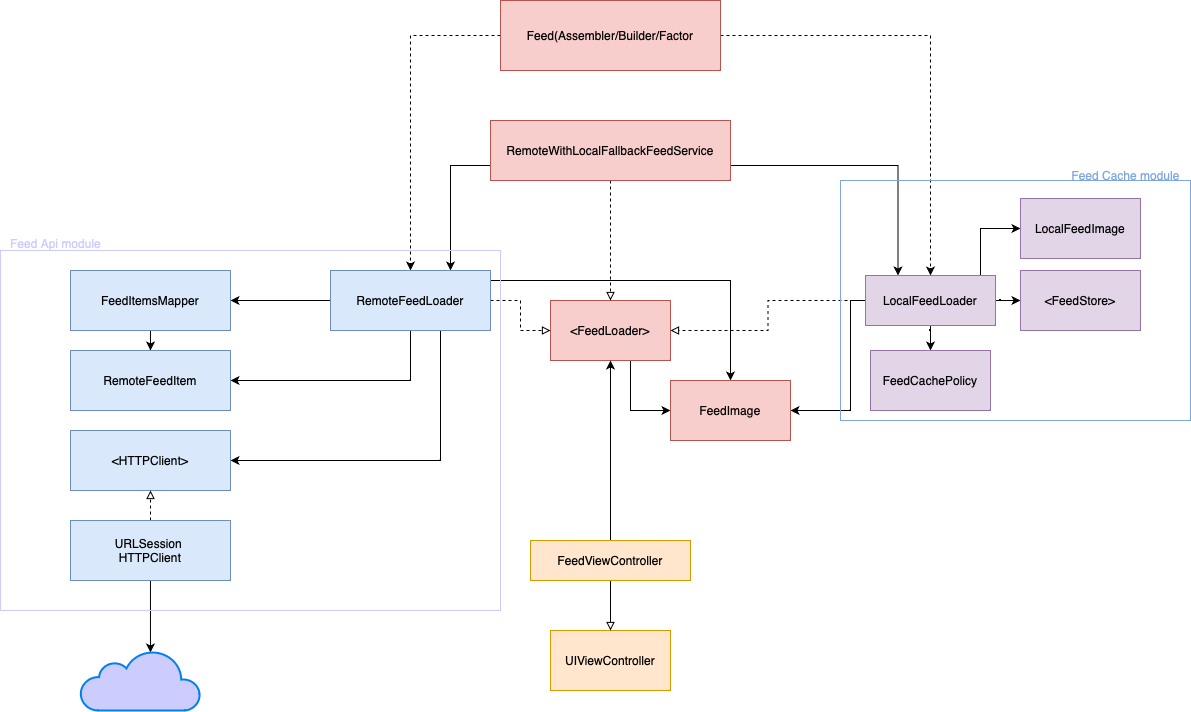
Galih94/EssentialFeed keeps this draw.io diagram as Diagrams/Feed Module Diagram.drawio.png. Above is the earlier version. Source tidied: cells renumbered, new cells last; positions are measured from the earlier drawing's top-left corner, leaving out a move shared by most shapes.
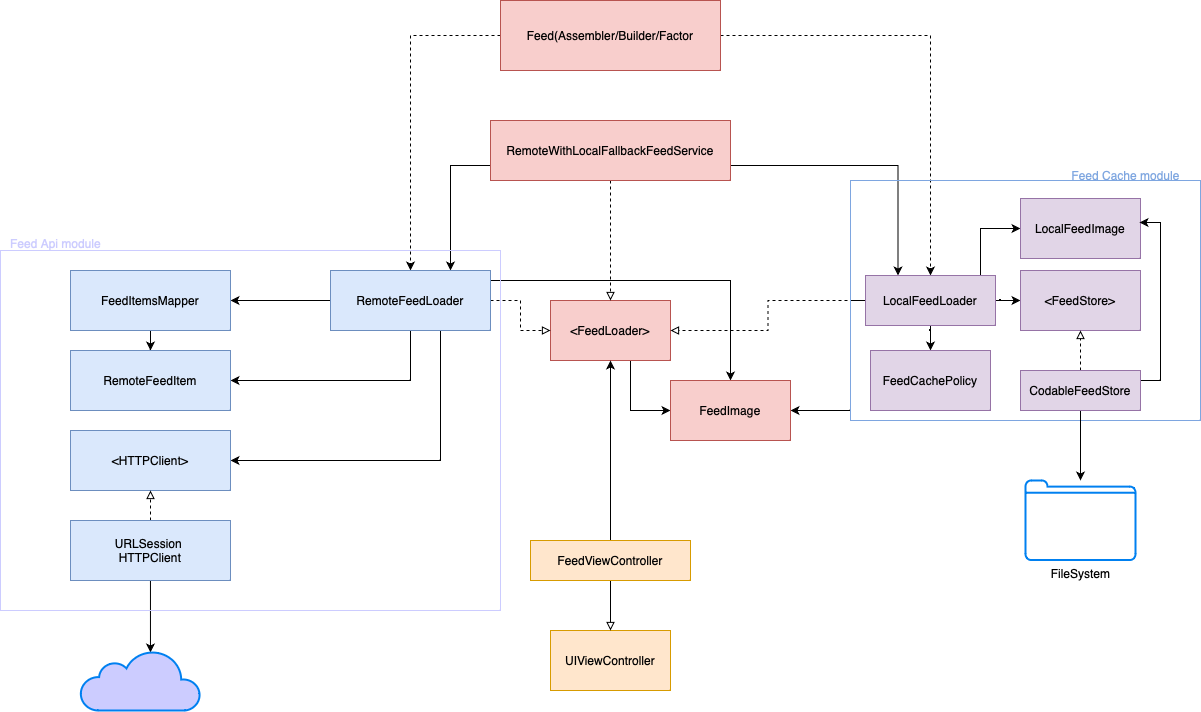
The same diagram one commit later.

Commit message:
feat(Diagrams): update diagram add CodableFeedStore on FeedCacheModule

What changed in the source:
```diff
@@ -137,7 +137,7 @@
       <mxGeometry x="1020" y="270" width="120" height="60" as="geometry" />
     </mxCell>
     <mxCell id="37" style="rounded=0;whiteSpace=wrap;html=1;fillColor=none;strokeColor=#7EA6E0;" parent="1" vertex="1">
-      <mxGeometry x="840" y="180" width="350" height="240" as="geometry" />
+      <mxGeometry x="850" y="180" width="350" height="240" as="geometry" />
     </mxCell>
     <mxCell id="38" value="&lt;font&gt;Feed Cache module&lt;/font&gt;" style="text;html=1;align=center;verticalAlign=middle;strokeColor=none;fillColor=none;fontColor=#7EA6E0;" parent="1" vertex="1">
       <mxGeometry x="1060" y="160" width="130" height="30" as="geometry" />
@@ -154,5 +154,25 @@
     <mxCell id="42" value="FeedCachePolicy" style="rounded=0;whiteSpace=wrap;html=1;fillColor=#e1d5e7;strokeColor=#9673a6;" parent="1" vertex="1">
       <mxGeometry x="870" y="350" width="120" height="60" as="geometry" />
     </mxCell>
+    <mxCell id="43" style="edgeStyle=orthogonalEdgeStyle;rounded=0;jettySize=auto;html=1;entryX=0.992;entryY=0.4;entryDx=0;entryDy=0;entryPerimeter=0;" parent="1" edge="1" source="46" target="41">
+      <mxGeometry relative="1" as="geometry">
+        <Array as="points">
+          <mxPoint x="1160" y="380" />
+          <mxPoint x="1160" y="222" />
+        </Array>
+      </mxGeometry>
+    </mxCell>
+    <mxCell id="44" style="edgeStyle=orthogonalEdgeStyle;rounded=0;jettySize=auto;html=1;" parent="1" edge="1" source="46" target="47">
+      <mxGeometry relative="1" as="geometry" />
+    </mxCell>
+    <mxCell id="45" style="edgeStyle=orthogonalEdgeStyle;rounded=0;jettySize=auto;html=1;dashed=1;endArrow=block;endFill=0;" parent="1" edge="1" source="46" target="36">
+      <mxGeometry relative="1" as="geometry" />
+    </mxCell>
+    <mxCell id="46" value="CodableFeedStore" style="rounded=0;whiteSpace=wrap;html=1;fillColor=#e1d5e7;strokeColor=#9673a6;" parent="1" vertex="1">
+      <mxGeometry x="1020" y="370" width="120" height="40" as="geometry" />
+    </mxCell>
+    <mxCell id="47" value="FileSystem" style="html=1;verticalLabelPosition=bottom;align=center;labelBackgroundColor=#ffffff;verticalAlign=top;strokeWidth=2;strokeColor=#0080F0;shadow=0;dashed=0;shape=mxgraph.ios7.icons.folder;" parent="1" vertex="1">
+      <mxGeometry x="1025" y="480" width="110" height="79.5" as="geometry" />
+    </mxCell>
   </root>
 </mxGraphModel>
```
